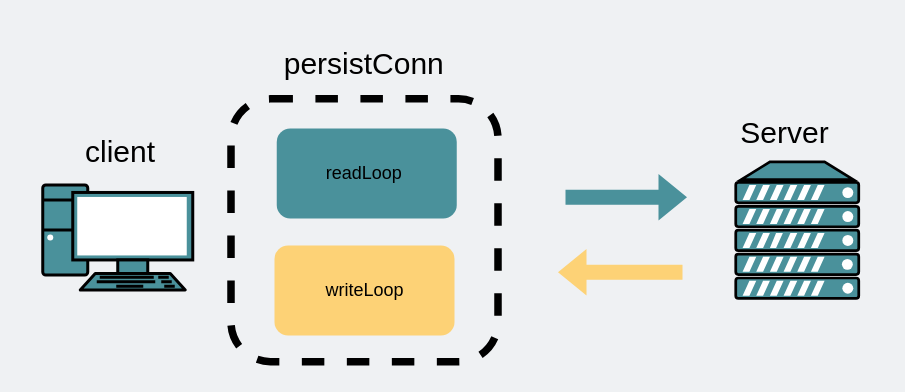
The draw.io diagram go/net/读写协程.drawio in xiaobaiTech/image, before the edit. Source tidied: cells renumbered, new cells numbered last; positions are measured from the earlier drawing's top-left corner, leaving out a move shared by most shapes. Both pictures are drawn from the tidied source at 150%, with x=0, y=0 at pixel (26, 46).
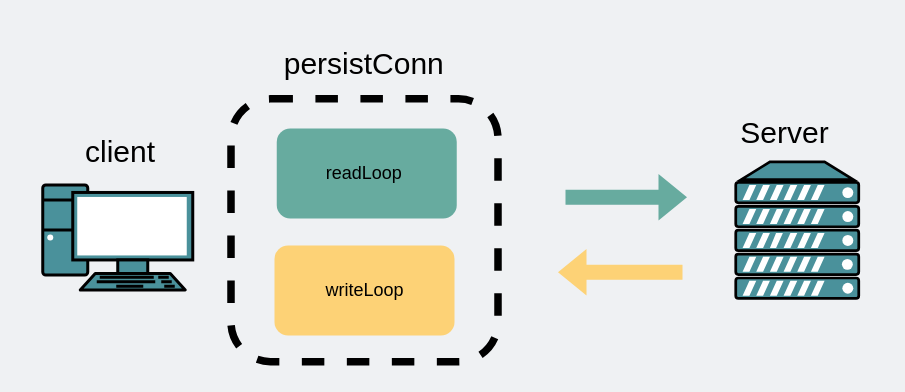
Above is the later version.

The edit, as a diff of the source:
```diff
@@
 <mxGraphModel background="#EFF1F3">
   <root>
     <mxCell id="0" />
     <mxCell id="1" parent="0" />
     <mxCell id="2" style="rounded=1;whiteSpace=wrap;html=1;strokeColor=#000000;fillColor=none;dashed=1;strokeWidth=5;" parent="1" vertex="1">
       <mxGeometry x="136.5" y="34.4" width="178" height="175.2" as="geometry" />
     </mxCell>
-    <mxCell id="3" style="rounded=1;whiteSpace=wrap;html=1;strokeColor=none;fillColor=#4A919B;" parent="1" vertex="1">
+    <mxCell id="3" style="rounded=1;whiteSpace=wrap;html=1;strokeColor=none;fillColor=#67AB9F;" parent="1" vertex="1">
       <mxGeometry x="167" y="54.2" width="120" height="60" as="geometry" />
     </mxCell>
     <mxCell id="4" value="readLoop" style="text;html=1;strokeColor=none;fillColor=none;align=center;verticalAlign=middle;whiteSpace=wrap;rounded=0;" parent="1" vertex="1">
       <mxGeometry x="185" y="74.2" width="81" height="20" as="geometry" />
     </mxCell>
     <mxCell id="5" value="writeLoop" style="rounded=1;whiteSpace=wrap;html=1;strokeColor=none;fillColor=#FDD276;" parent="1" vertex="1">
       <mxGeometry x="165.5" y="132.2" width="120" height="60" as="geometry" />
     </mxCell>
     <mxCell id="6" style="fontColor=#0066CC;verticalAlign=top;verticalLabelPosition=bottom;labelPosition=center;align=center;html=1;gradientColor=none;gradientDirection=north;strokeWidth=2;shape=mxgraph.networks.server;fillColor=#4A919B;" parent="1" vertex="1">
       <mxGeometry x="473" y="76.4" width="82" height="91.1" as="geometry" />
     </mxCell>
     <mxCell id="7" style="fontColor=#0066CC;verticalAlign=top;verticalLabelPosition=bottom;labelPosition=center;align=center;html=1;gradientColor=none;gradientDirection=north;strokeWidth=2;shape=mxgraph.networks.pc;fillColor=#4A919B;" parent="1" vertex="1">
       <mxGeometry x="11" y="91.8" width="100" height="70" as="geometry" />
     </mxCell>
     <mxCell id="8" value="&lt;pre style=&quot;font-family: &amp;#34;source code pro&amp;#34;&quot;&gt;&lt;font style=&quot;font-size: 20px&quot;&gt;persistConn&lt;/font&gt;&lt;/pre&gt;" style="text;html=1;strokeColor=none;fillColor=none;align=center;verticalAlign=middle;whiteSpace=wrap;rounded=0;dashed=1;" parent="1" vertex="1">
       <mxGeometry x="145.2" width="160.5" height="20" as="geometry" />
     </mxCell>
-    <mxCell id="9" style="shape=flexArrow;endArrow=classic;html=1;rounded=1;strokeColor=none;fillColor=#4A919B;" parent="1" edge="1">
+    <mxCell id="9" style="shape=flexArrow;endArrow=classic;html=1;rounded=1;strokeColor=none;fillColor=#67AB9F;" parent="1" edge="1">
       <mxGeometry relative="1" as="geometry">
         <mxPoint x="359" y="100" as="sourcePoint" />
         <mxPoint x="441" y="100" as="targetPoint" />
       </mxGeometry>
     </mxCell>
     <mxCell id="10" style="shape=flexArrow;endArrow=classic;html=1;rounded=1;strokeColor=none;fillColor=#FDD276;" parent="1" edge="1">
       <mxGeometry relative="1" as="geometry">
         <mxPoint x="438" y="150" as="sourcePoint" />
         <mxPoint x="354" y="150" as="targetPoint" />
       </mxGeometry>
     </mxCell>
     <mxCell id="11" value="&lt;pre style=&quot;font-family: &amp;#34;source code pro&amp;#34;&quot;&gt;&lt;font style=&quot;font-size: 20px&quot;&gt;client&lt;/font&gt;&lt;/pre&gt;" style="text;html=1;strokeColor=none;fillColor=none;align=center;verticalAlign=middle;whiteSpace=wrap;rounded=0;dashed=1;" parent="1" vertex="1">
       <mxGeometry y="59" width="125.5" height="20" as="geometry" />
     </mxCell>
     <mxCell id="12" value="&lt;pre style=&quot;font-family: &amp;#34;source code pro&amp;#34;&quot;&gt;&lt;font style=&quot;font-size: 20px&quot;&gt;Server&lt;/font&gt;&lt;/pre&gt;" style="text;html=1;strokeColor=none;fillColor=none;align=center;verticalAlign=middle;whiteSpace=wrap;rounded=0;dashed=1;" parent="1" vertex="1">
       <mxGeometry x="443" y="46" width="125.5" height="20" as="geometry" />
     </mxCell>
   </root>
 </mxGraphModel>
```
